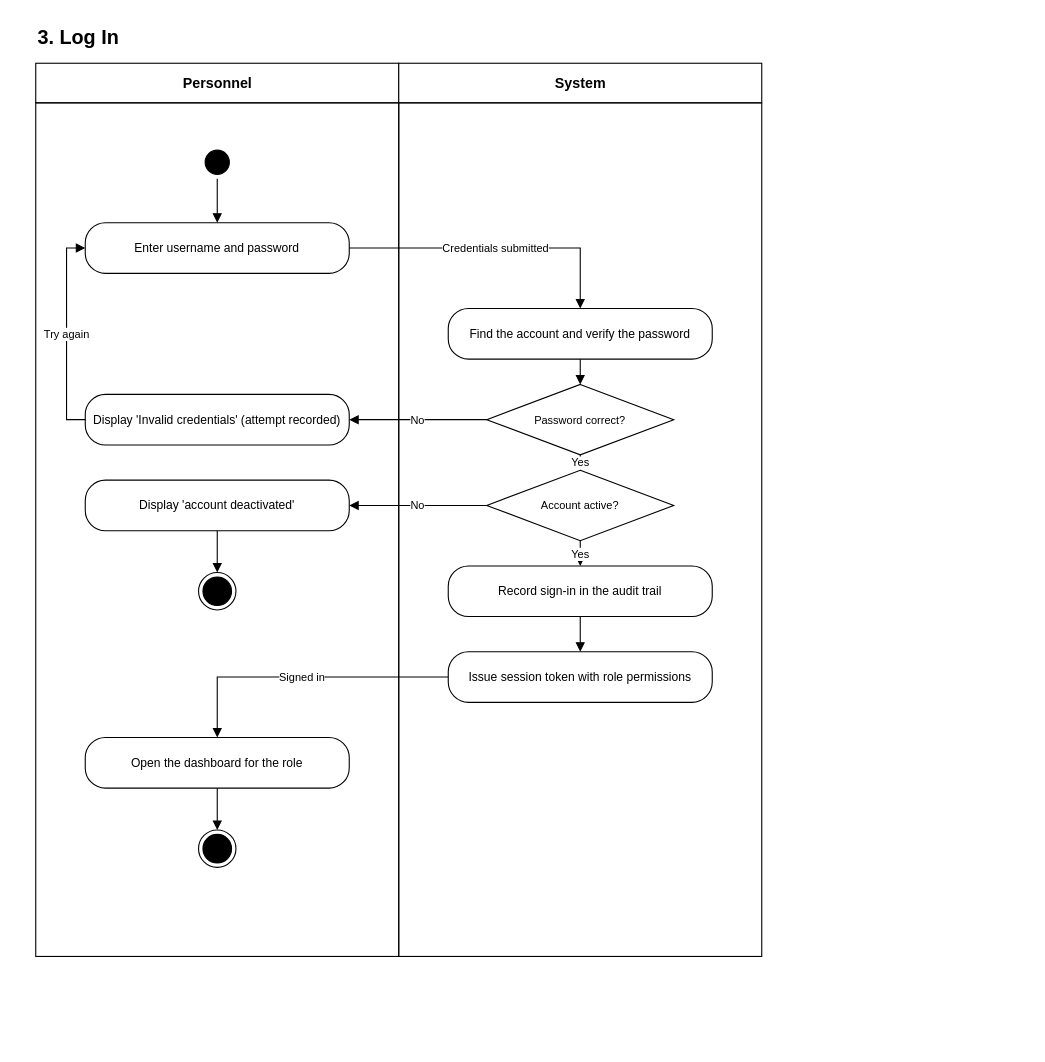
Earlier version of the draw.io diagram page "3. Log In" (3 of 14) of docs/TaskNet_Personnel_Activity.drawio (sjekob/Task-and-Event-Management-System). Source tidied: cells renumbered, new cells numbered last; positions are measured from the earlier drawing's top-left corner, leaving out a move shared by most shapes. Both pictures are drawn from the tidied source at 110%, with x=0, y=0 at pixel (35, 19).
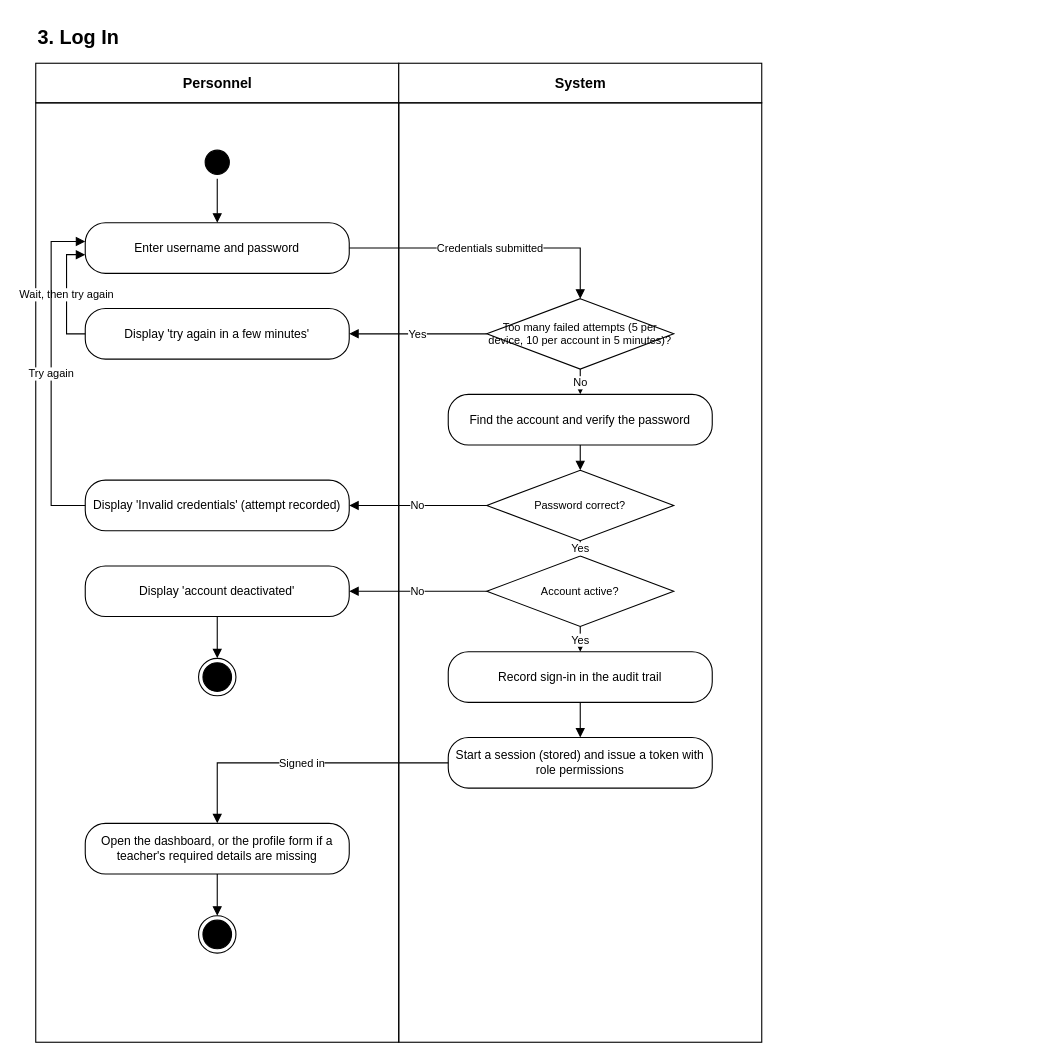
The same diagram, later.

The edit, as a diff of the source:
```diff
@@
     <mxCell id="4" style="rounded=0;html=1;fillColor=none;strokeColor=#000000;" parent="1" vertex="1">
-      <mxGeometry y="76" width="330" height="776" as="geometry" />
+      <mxGeometry y="76" width="330" height="854" as="geometry" />
     </mxCell>
@@
     <mxCell id="6" style="rounded=0;html=1;fillColor=none;strokeColor=#000000;" parent="1" vertex="1">
-      <mxGeometry x="330" y="76" width="330" height="776" as="geometry" />
+      <mxGeometry x="330" y="76" width="330" height="854" as="geometry" />
     </mxCell>
@@
-    <mxCell id="9" value="Find the account and verify the password" style="rounded=1;arcSize=40;whiteSpace=wrap;html=1;fillColor=#ffffff;strokeColor=#000000;fontColor=#000000;fontSize=11;" parent="1" vertex="1">
-      <mxGeometry x="375" y="263" width="240" height="46" as="geometry" />
+    <mxCell id="9" value="Too many failed attempts (5 per device, 10 per account in 5 minutes)?" style="rhombus;whiteSpace=wrap;html=1;fillColor=#ffffff;strokeColor=#000000;fontColor=#000000;fontSize=10;" parent="1" vertex="1">
+      <mxGeometry x="410" y="254" width="170" height="64" as="geometry" />
     </mxCell>
-    <mxCell id="10" value="Password correct?" style="rhombus;whiteSpace=wrap;html=1;fillColor=#ffffff;strokeColor=#000000;fontColor=#000000;fontSize=10;" parent="1" vertex="1">
-      <mxGeometry x="410" y="332" width="170" height="64" as="geometry" />
+    <mxCell id="10" value="Display 'try again in a few minutes'" style="rounded=1;arcSize=40;whiteSpace=wrap;html=1;fillColor=#ffffff;strokeColor=#000000;fontColor=#000000;fontSize=11;" parent="1" vertex="1">
+      <mxGeometry x="45" y="263" width="240" height="46" as="geometry" />
     </mxCell>
-    <mxCell id="11" value="Display 'Invalid credentials' (attempt recorded)" style="rounded=1;arcSize=40;whiteSpace=wrap;html=1;fillColor=#ffffff;strokeColor=#000000;fontColor=#000000;fontSize=11;" parent="1" vertex="1">
-      <mxGeometry x="45" y="341" width="240" height="46" as="geometry" />
+    <mxCell id="11" value="Find the account and verify the password" style="rounded=1;arcSize=40;whiteSpace=wrap;html=1;fillColor=#ffffff;strokeColor=#000000;fontColor=#000000;fontSize=11;" parent="1" vertex="1">
+      <mxGeometry x="375" y="341" width="240" height="46" as="geometry" />
     </mxCell>
-    <mxCell id="12" value="Account active?" style="rhombus;whiteSpace=wrap;html=1;fillColor=#ffffff;strokeColor=#000000;fontColor=#000000;fontSize=10;" parent="1" vertex="1">
+    <mxCell id="12" value="Password correct?" style="rhombus;whiteSpace=wrap;html=1;fillColor=#ffffff;strokeColor=#000000;fontColor=#000000;fontSize=10;" parent="1" vertex="1">
       <mxGeometry x="410" y="410" width="170" height="64" as="geometry" />
     </mxCell>
-    <mxCell id="13" value="Display 'account deactivated'" style="rounded=1;arcSize=40;whiteSpace=wrap;html=1;fillColor=#ffffff;strokeColor=#000000;fontColor=#000000;fontSize=11;" parent="1" vertex="1">
+    <mxCell id="13" value="Display 'Invalid credentials' (attempt recorded)" style="rounded=1;arcSize=40;whiteSpace=wrap;html=1;fillColor=#ffffff;strokeColor=#000000;fontColor=#000000;fontSize=11;" parent="1" vertex="1">
       <mxGeometry x="45" y="419" width="240" height="46" as="geometry" />
     </mxCell>
-    <mxCell id="14" style="ellipse;html=1;shape=endState;fillColor=#000000;strokeColor=#000000;" parent="1" vertex="1">
-      <mxGeometry x="148" y="503" width="34" height="34" as="geometry" />
+    <mxCell id="14" value="Account active?" style="rhombus;whiteSpace=wrap;html=1;fillColor=#ffffff;strokeColor=#000000;fontColor=#000000;fontSize=10;" parent="1" vertex="1">
+      <mxGeometry x="410" y="488" width="170" height="64" as="geometry" />
     </mxCell>
-    <mxCell id="15" value="Record sign-in in the audit trail" style="rounded=1;arcSize=40;whiteSpace=wrap;html=1;fillColor=#ffffff;strokeColor=#000000;fontColor=#000000;fontSize=11;" parent="1" vertex="1">
-      <mxGeometry x="375" y="497" width="240" height="46" as="geometry" />
+    <mxCell id="15" value="Display 'account deactivated'" style="rounded=1;arcSize=40;whiteSpace=wrap;html=1;fillColor=#ffffff;strokeColor=#000000;fontColor=#000000;fontSize=11;" parent="1" vertex="1">
+      <mxGeometry x="45" y="497" width="240" height="46" as="geometry" />
     </mxCell>
-    <mxCell id="16" value="Issue session token with role permissions" style="rounded=1;arcSize=40;whiteSpace=wrap;html=1;fillColor=#ffffff;strokeColor=#000000;fontColor=#000000;fontSize=11;" parent="1" vertex="1">
-      <mxGeometry x="375" y="575" width="240" height="46" as="geometry" />
+    <mxCell id="16" style="ellipse;html=1;shape=endState;fillColor=#000000;strokeColor=#000000;" parent="1" vertex="1">
+      <mxGeometry x="148" y="581" width="34" height="34" as="geometry" />
     </mxCell>
-    <mxCell id="17" value="Open the dashboard for the role" style="rounded=1;arcSize=40;whiteSpace=wrap;html=1;fillColor=#ffffff;strokeColor=#000000;fontColor=#000000;fontSize=11;" parent="1" vertex="1">
-      <mxGeometry x="45" y="653" width="240" height="46" as="geometry" />
+    <mxCell id="17" value="Record sign-in in the audit trail" style="rounded=1;arcSize=40;whiteSpace=wrap;html=1;fillColor=#ffffff;strokeColor=#000000;fontColor=#000000;fontSize=11;" parent="1" vertex="1">
+      <mxGeometry x="375" y="575" width="240" height="46" as="geometry" />
     </mxCell>
-    <mxCell id="18" style="ellipse;html=1;shape=endState;fillColor=#000000;strokeColor=#000000;" parent="1" vertex="1">
-      <mxGeometry x="148" y="737" width="34" height="34" as="geometry" />
+    <mxCell id="18" value="Start a session (stored) and issue a token with role permissions" style="rounded=1;arcSize=40;whiteSpace=wrap;html=1;fillColor=#ffffff;strokeColor=#000000;fontColor=#000000;fontSize=11;" parent="1" vertex="1">
+      <mxGeometry x="375" y="653" width="240" height="46" as="geometry" />
     </mxCell>
-    <mxCell id="19" style="edgeStyle=none;rounded=0;html=1;endArrow=block;endFill=1;endSize=6;strokeColor=#000000;fontColor=#000000;fontSize=10;labelBackgroundColor=#ffffff;" parent="1" edge="1">
-      <mxGeometry relative="1" as="geometry">
-        <mxPoint x="165" y="145" as="sourcePoint" />
-        <mxPoint x="165" y="185" as="targetPoint" />
-      </mxGeometry>
+    <mxCell id="19" value="Open the dashboard, or the profile form if a teacher's required details are missing" style="rounded=1;arcSize=40;whiteSpace=wrap;html=1;fillColor=#ffffff;strokeColor=#000000;fontColor=#000000;fontSize=11;" parent="1" vertex="1">
+      <mxGeometry x="45" y="731" width="240" height="46" as="geometry" />
     </mxCell>
-    <mxCell id="20" value="Credentials submitted" style="edgeStyle=none;rounded=0;html=1;endArrow=block;endFill=1;endSize=6;strokeColor=#000000;fontColor=#000000;fontSize=10;labelBackgroundColor=#ffffff;" parent="1" edge="1">
-      <mxGeometry relative="1" as="geometry">
-        <mxPoint x="285" y="208" as="sourcePoint" />
-        <mxPoint x="495" y="263" as="targetPoint" />
-        <Array as="points">
-          <mxPoint x="495" y="208" />
-        </Array>
-      </mxGeometry>
+    <mxCell id="20" style="ellipse;html=1;shape=endState;fillColor=#000000;strokeColor=#000000;" parent="1" vertex="1">
+      <mxGeometry x="148" y="815" width="34" height="34" as="geometry" />
     </mxCell>
     <mxCell id="21" style="edgeStyle=none;rounded=0;html=1;endArrow=block;endFill=1;endSize=6;strokeColor=#000000;fontColor=#000000;fontSize=10;labelBackgroundColor=#ffffff;" parent="1" edge="1">
       <mxGeometry relative="1" as="geometry">
-        <mxPoint x="495" y="309" as="sourcePoint" />
-        <mxPoint x="495" y="332" as="targetPoint" />
+        <mxPoint x="165" y="145" as="sourcePoint" />
+        <mxPoint x="165" y="185" as="targetPoint" />
       </mxGeometry>
     </mxCell>
-    <mxCell id="22" value="No" style="edgeStyle=none;rounded=0;html=1;endArrow=block;endFill=1;endSize=6;strokeColor=#000000;fontColor=#000000;fontSize=10;labelBackgroundColor=#ffffff;" parent="1" edge="1">
+    <mxCell id="22" value="Credentials submitted" style="edgeStyle=none;rounded=0;html=1;endArrow=block;endFill=1;endSize=6;strokeColor=#000000;fontColor=#000000;fontSize=10;labelBackgroundColor=#ffffff;" parent="1" edge="1">
       <mxGeometry relative="1" as="geometry">
-        <mxPoint x="410" y="364" as="sourcePoint" />
-        <mxPoint x="285" y="364" as="targetPoint" />
+        <mxPoint x="285" y="208" as="sourcePoint" />
+        <mxPoint x="495" y="254" as="targetPoint" />
+        <Array as="points">
+          <mxPoint x="495" y="208" />
+        </Array>
       </mxGeometry>
     </mxCell>
-    <mxCell id="23" value="Try again" style="edgeStyle=none;rounded=0;html=1;endArrow=block;endFill=1;endSize=6;strokeColor=#000000;fontColor=#000000;fontSize=10;labelBackgroundColor=#ffffff;" parent="1" edge="1">
+    <mxCell id="23" value="Yes" style="edgeStyle=none;rounded=0;html=1;endArrow=block;endFill=1;endSize=6;strokeColor=#000000;fontColor=#000000;fontSize=10;labelBackgroundColor=#ffffff;" parent="1" edge="1">
       <mxGeometry relative="1" as="geometry">
-        <mxPoint x="45" y="364" as="sourcePoint" />
-        <mxPoint x="45" y="208" as="targetPoint" />
-        <Array as="points">
-          <mxPoint x="28" y="364" />
-          <mxPoint x="28" y="208" />
-        </Array>
+        <mxPoint x="410" y="286" as="sourcePoint" />
+        <mxPoint x="285" y="286" as="targetPoint" />
       </mxGeometry>
     </mxCell>
-    <mxCell id="24" value="Yes" style="edgeStyle=none;rounded=0;html=1;endArrow=block;endFill=1;endSize=6;strokeColor=#000000;fontColor=#000000;fontSize=10;labelBackgroundColor=#ffffff;" parent="1" edge="1">
+    <mxCell id="24" value="Wait, then try again" style="edgeStyle=none;rounded=0;html=1;endArrow=block;endFill=1;endSize=6;strokeColor=#000000;fontColor=#000000;fontSize=10;labelBackgroundColor=#ffffff;" parent="1" edge="1">
       <mxGeometry relative="1" as="geometry">
-        <mxPoint x="495" y="396" as="sourcePoint" />
-        <mxPoint x="495" y="410" as="targetPoint" />
+        <mxPoint x="45" y="286" as="sourcePoint" />
+        <mxPoint x="45" y="214" as="targetPoint" />
+        <Array as="points">
+          <mxPoint x="28" y="286" />
+          <mxPoint x="28" y="214" />
+        </Array>
       </mxGeometry>
     </mxCell>
     <mxCell id="25" value="No" style="edgeStyle=none;rounded=0;html=1;endArrow=block;endFill=1;endSize=6;strokeColor=#000000;fontColor=#000000;fontSize=10;labelBackgroundColor=#ffffff;" parent="1" edge="1">
       <mxGeometry relative="1" as="geometry">
-        <mxPoint x="410" y="442" as="sourcePoint" />
-        <mxPoint x="285" y="442" as="targetPoint" />
+        <mxPoint x="495" y="318" as="sourcePoint" />
+        <mxPoint x="495" y="341" as="targetPoint" />
       </mxGeometry>
     </mxCell>
     <mxCell id="26" style="edgeStyle=none;rounded=0;html=1;endArrow=block;endFill=1;endSize=6;strokeColor=#000000;fontColor=#000000;fontSize=10;labelBackgroundColor=#ffffff;" parent="1" edge="1">
       <mxGeometry relative="1" as="geometry">
-        <mxPoint x="165" y="465" as="sourcePoint" />
-        <mxPoint x="165" y="503" as="targetPoint" />
+        <mxPoint x="495" y="387" as="sourcePoint" />
+        <mxPoint x="495" y="410" as="targetPoint" />
       </mxGeometry>
     </mxCell>
-    <mxCell id="27" value="Yes" style="edgeStyle=none;rounded=0;html=1;endArrow=block;endFill=1;endSize=6;strokeColor=#000000;fontColor=#000000;fontSize=10;labelBackgroundColor=#ffffff;" parent="1" edge="1">
+    <mxCell id="27" value="No" style="edgeStyle=none;rounded=0;html=1;endArrow=block;endFill=1;endSize=6;strokeColor=#000000;fontColor=#000000;fontSize=10;labelBackgroundColor=#ffffff;" parent="1" edge="1">
       <mxGeometry relative="1" as="geometry">
-        <mxPoint x="495" y="474" as="sourcePoint" />
-        <mxPoint x="495" y="497" as="targetPoint" />
+        <mxPoint x="410" y="442" as="sourcePoint" />
+        <mxPoint x="285" y="442" as="targetPoint" />
       </mxGeometry>
     </mxCell>
-    <mxCell id="28" style="edgeStyle=none;rounded=0;html=1;endArrow=block;endFill=1;endSize=6;strokeColor=#000000;fontColor=#000000;fontSize=10;labelBackgroundColor=#ffffff;" parent="1" edge="1">
+    <mxCell id="28" value="Try again" style="edgeStyle=none;rounded=0;html=1;endArrow=block;endFill=1;endSize=6;strokeColor=#000000;fontColor=#000000;fontSize=10;labelBackgroundColor=#ffffff;" parent="1" edge="1">
       <mxGeometry relative="1" as="geometry">
-        <mxPoint x="495" y="543" as="sourcePoint" />
-        <mxPoint x="495" y="575" as="targetPoint" />
+        <mxPoint x="45" y="442" as="sourcePoint" />
+        <mxPoint x="45" y="202" as="targetPoint" />
+        <Array as="points">
+          <mxPoint x="14" y="442" />
+          <mxPoint x="14" y="202" />
+        </Array>
       </mxGeometry>
     </mxCell>
-    <mxCell id="29" value="Signed in" style="edgeStyle=none;rounded=0;html=1;endArrow=block;endFill=1;endSize=6;strokeColor=#000000;fontColor=#000000;fontSize=10;labelBackgroundColor=#ffffff;" parent="1" edge="1">
+    <mxCell id="29" value="Yes" style="edgeStyle=none;rounded=0;html=1;endArrow=block;endFill=1;endSize=6;strokeColor=#000000;fontColor=#000000;fontSize=10;labelBackgroundColor=#ffffff;" parent="1" edge="1">
       <mxGeometry relative="1" as="geometry">
-        <mxPoint x="375" y="598" as="sourcePoint" />
-        <mxPoint x="165" y="653" as="targetPoint" />
-        <Array as="points">
-          <mxPoint x="165" y="598" />
-        </Array>
+        <mxPoint x="495" y="474" as="sourcePoint" />
+        <mxPoint x="495" y="488" as="targetPoint" />
       </mxGeometry>
     </mxCell>
-    <mxCell id="30" style="edgeStyle=none;rounded=0;html=1;endArrow=block;endFill=1;endSize=6;strokeColor=#000000;fontColor=#000000;fontSize=10;labelBackgroundColor=#ffffff;" parent="1" edge="1">
+    <mxCell id="30" value="No" style="edgeStyle=none;rounded=0;html=1;endArrow=block;endFill=1;endSize=6;strokeColor=#000000;fontColor=#000000;fontSize=10;labelBackgroundColor=#ffffff;" parent="1" edge="1">
       <mxGeometry relative="1" as="geometry">
-        <mxPoint x="165" y="699" as="sourcePoint" />
-        <mxPoint x="165" y="737" as="targetPoint" />
+        <mxPoint x="410" y="520" as="sourcePoint" />
+        <mxPoint x="285" y="520" as="targetPoint" />
       </mxGeometry>
     </mxCell>
+    <mxCell id="31" style="edgeStyle=none;rounded=0;html=1;endArrow=block;endFill=1;endSize=6;strokeColor=#000000;fontColor=#000000;fontSize=10;labelBackgroundColor=#ffffff;" parent="1" edge="1">
+      <mxGeometry relative="1" as="geometry">
+        <mxPoint x="165" y="543" as="sourcePoint" />
+        <mxPoint x="165" y="581" as="targetPoint" />
+      </mxGeometry>
+    </mxCell>
+    <mxCell id="32" value="Yes" style="edgeStyle=none;rounded=0;html=1;endArrow=block;endFill=1;endSize=6;strokeColor=#000000;fontColor=#000000;fontSize=10;labelBackgroundColor=#ffffff;" parent="1" edge="1">
+      <mxGeometry relative="1" as="geometry">
+        <mxPoint x="495" y="552" as="sourcePoint" />
+        <mxPoint x="495" y="575" as="targetPoint" />
+      </mxGeometry>
+    </mxCell>
+    <mxCell id="33" style="edgeStyle=none;rounded=0;html=1;endArrow=block;endFill=1;endSize=6;strokeColor=#000000;fontColor=#000000;fontSize=10;labelBackgroundColor=#ffffff;" parent="1" edge="1">
+      <mxGeometry relative="1" as="geometry">
+        <mxPoint x="495" y="621" as="sourcePoint" />
+        <mxPoint x="495" y="653" as="targetPoint" />
+      </mxGeometry>
+    </mxCell>
+    <mxCell id="34" value="Signed in" style="edgeStyle=none;rounded=0;html=1;endArrow=block;endFill=1;endSize=6;strokeColor=#000000;fontColor=#000000;fontSize=10;labelBackgroundColor=#ffffff;" parent="1" edge="1">
+      <mxGeometry relative="1" as="geometry">
+        <mxPoint x="375" y="676" as="sourcePoint" />
+        <mxPoint x="165" y="731" as="targetPoint" />
+        <Array as="points">
+          <mxPoint x="165" y="676" />
+        </Array>
+      </mxGeometry>
+    </mxCell>
+    <mxCell id="35" style="edgeStyle=none;rounded=0;html=1;endArrow=block;endFill=1;endSize=6;strokeColor=#000000;fontColor=#000000;fontSize=10;labelBackgroundColor=#ffffff;" parent="1" edge="1">
+      <mxGeometry relative="1" as="geometry">
+        <mxPoint x="165" y="777" as="sourcePoint" />
+        <mxPoint x="165" y="815" as="targetPoint" />
+      </mxGeometry>
+    </mxCell>
```
